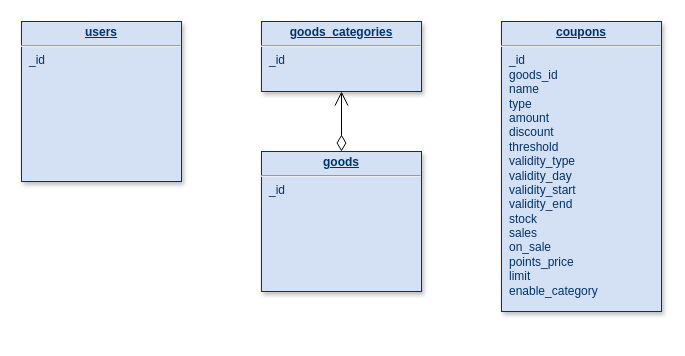
Earlier version of the draw.io diagram 未命名绘图.drawio (jk576/jk576). Source tidied: cells renumbered, new cells numbered last; positions are measured from the earlier drawing's top-left corner, leaving out a move shared by most shapes. Both pictures are drawn from the tidied source at 100%, with x=0, y=0 at pixel (21, 21).
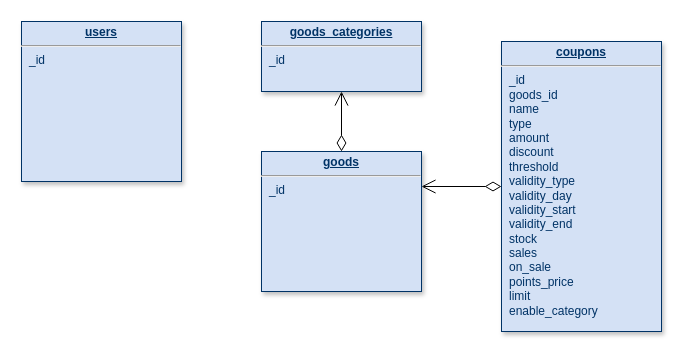
The same page after the edit.

What changed in the source:
```diff
@@
 <mxGraphModel>
   <root>
     <mxCell id="0" />
     <mxCell id="1" parent="0" />
     <mxCell id="2" style="edgeStyle=orthogonalEdgeStyle;rounded=0;jettySize=auto;html=1;entryX=0.5;entryY=1;entryDx=0;entryDy=0;endArrow=open;endSize=12;startArrow=diamondThin;startSize=14;startFill=0;" parent="1" edge="1" source="3" target="6">
       <mxGeometry relative="1" as="geometry" />
     </mxCell>
     <mxCell id="3" value="&lt;p style=&quot;margin: 0px; margin-top: 4px; text-align: center; text-decoration: underline;&quot;&gt;&lt;strong&gt;goods&lt;/strong&gt;&lt;/p&gt;&lt;hr&gt;&lt;p style=&quot;margin: 0px; margin-left: 8px;&quot;&gt;_id&lt;/p&gt;" style="verticalAlign=top;align=left;overflow=fill;fontSize=12;fontFamily=Helvetica;html=1;strokeColor=#003366;shadow=1;fillColor=#D4E1F5;fontColor=#003366;" parent="1" vertex="1">
       <mxGeometry x="240" y="130" width="160" height="140" as="geometry" />
     </mxCell>
     <mxCell id="4" value="&lt;p style=&quot;margin: 0px; margin-top: 4px; text-align: center; text-decoration: underline;&quot;&gt;&lt;strong&gt;users&lt;/strong&gt;&lt;/p&gt;&lt;hr&gt;&lt;p style=&quot;margin: 0px; margin-left: 8px;&quot;&gt;_id&lt;/p&gt;" style="verticalAlign=top;align=left;overflow=fill;fontSize=12;fontFamily=Helvetica;html=1;strokeColor=#003366;shadow=1;fillColor=#D4E1F5;fontColor=#003366;" parent="1" vertex="1">
       <mxGeometry width="160" height="160" as="geometry" />
     </mxCell>
+    <mxCell id="7" style="edgeStyle=orthogonalEdgeStyle;rounded=0;jettySize=auto;html=1;entryX=1;entryY=0.25;entryDx=0;entryDy=0;endArrow=open;endSize=12;startArrow=diamondThin;startSize=14;startFill=0;" parent="1" edge="1" source="5" target="3">
+      <mxGeometry relative="1" as="geometry" />
+    </mxCell>
     <mxCell id="5" value="&lt;p style=&quot;margin: 0px; margin-top: 4px; text-align: center; text-decoration: underline;&quot;&gt;&lt;strong&gt;coupons&lt;/strong&gt;&lt;/p&gt;&lt;hr&gt;&lt;p style=&quot;margin: 0px; margin-left: 8px;&quot;&gt;_id&lt;/p&gt;&lt;p style=&quot;margin: 0px; margin-left: 8px;&quot;&gt;goods_id&lt;/p&gt;&lt;p style=&quot;margin: 0px; margin-left: 8px;&quot;&gt;name&lt;/p&gt;&lt;p style=&quot;margin: 0px; margin-left: 8px;&quot;&gt;type&lt;/p&gt;&lt;p style=&quot;margin: 0px; margin-left: 8px;&quot;&gt;amount&lt;/p&gt;&lt;p style=&quot;margin: 0px; margin-left: 8px;&quot;&gt;discount&lt;/p&gt;&lt;p style=&quot;margin: 0px; margin-left: 8px;&quot;&gt;threshold&lt;/p&gt;&lt;p style=&quot;margin: 0px; margin-left: 8px;&quot;&gt;validity_type&lt;/p&gt;&lt;p style=&quot;margin: 0px; margin-left: 8px;&quot;&gt;validity_day&lt;/p&gt;&lt;p style=&quot;margin: 0px; margin-left: 8px;&quot;&gt;validity_start&lt;/p&gt;&lt;p style=&quot;margin: 0px; margin-left: 8px;&quot;&gt;validity_end&lt;/p&gt;&lt;p style=&quot;margin: 0px; margin-left: 8px;&quot;&gt;stock&lt;/p&gt;&lt;p style=&quot;margin: 0px; margin-left: 8px;&quot;&gt;sales&lt;/p&gt;&lt;p style=&quot;margin: 0px; margin-left: 8px;&quot;&gt;on_sale&lt;/p&gt;&lt;p style=&quot;margin: 0px; margin-left: 8px;&quot;&gt;points_price&lt;/p&gt;&lt;p style=&quot;margin: 0px; margin-left: 8px;&quot;&gt;limit&lt;/p&gt;&lt;p style=&quot;margin: 0px; margin-left: 8px;&quot;&gt;enable_category&lt;/p&gt;" style="verticalAlign=top;align=left;overflow=fill;fontSize=12;fontFamily=Helvetica;html=1;strokeColor=#003366;shadow=1;fillColor=#D4E1F5;fontColor=#003366;" parent="1" vertex="1">
-      <mxGeometry x="480" width="160" height="290" as="geometry" />
+      <mxGeometry x="480" y="20" width="160" height="290" as="geometry" />
     </mxCell>
     <mxCell id="6" value="&lt;p style=&quot;margin: 0px; margin-top: 4px; text-align: center; text-decoration: underline;&quot;&gt;&lt;strong&gt;goods_categories&lt;/strong&gt;&lt;/p&gt;&lt;hr&gt;&lt;p style=&quot;margin: 0px; margin-left: 8px;&quot;&gt;_id&lt;/p&gt;" style="verticalAlign=top;align=left;overflow=fill;fontSize=12;fontFamily=Helvetica;html=1;strokeColor=#003366;shadow=1;fillColor=#D4E1F5;fontColor=#003366;" parent="1" vertex="1">
       <mxGeometry x="240" width="160" height="70" as="geometry" />
     </mxCell>
   </root>
 </mxGraphModel>
```
